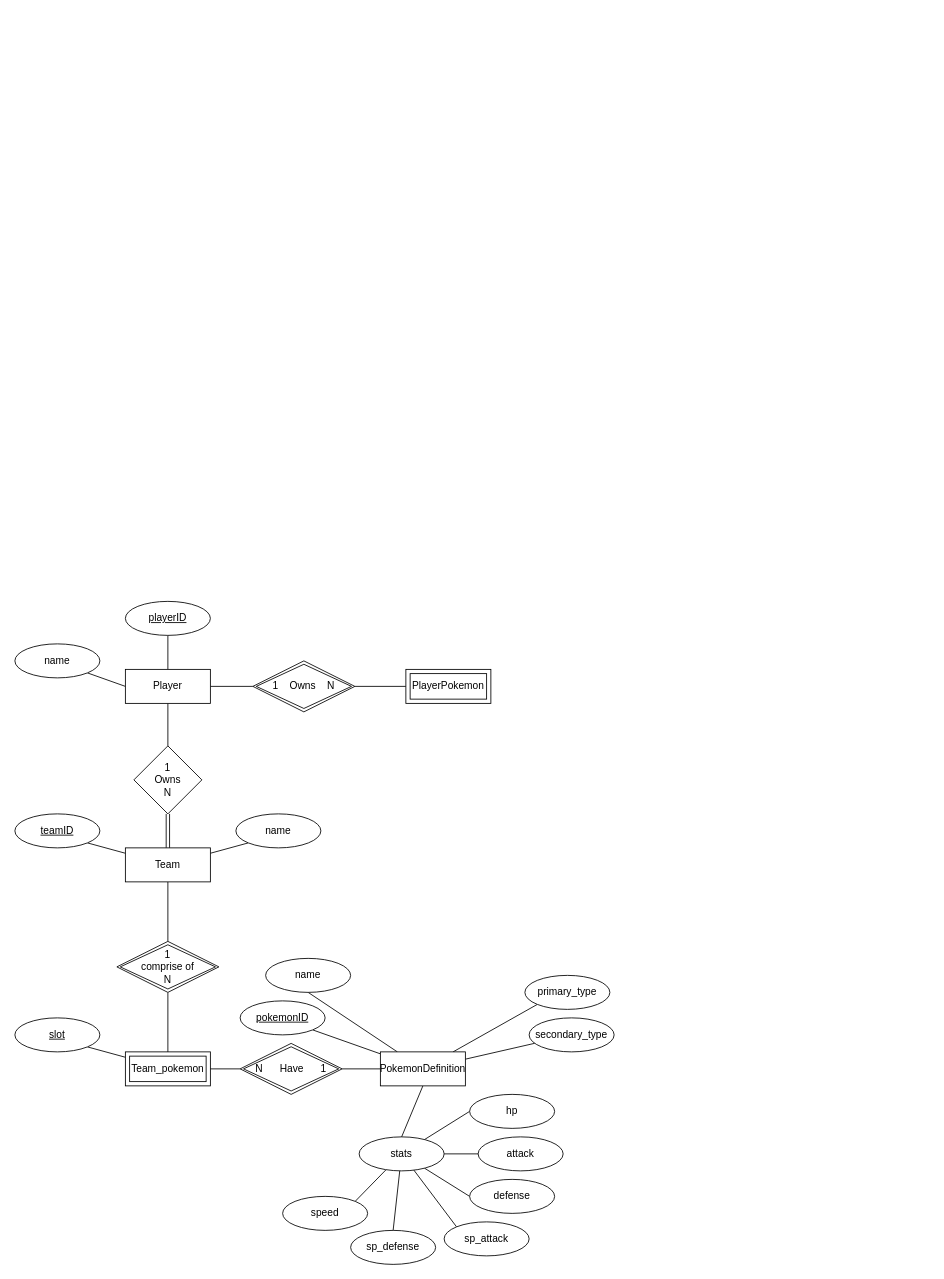
The draw.io diagram planning/database/databaseERD.drawio in Crythemoon/PokemonBoardGame, before the edit. Source tidied: cells renumbered, new cells numbered last; positions are measured from the earlier drawing's top-left corner, leaving out a move shared by most shapes. Both pictures are drawn from the tidied source at 85%, with x=0, y=0 at pixel (14, 601).
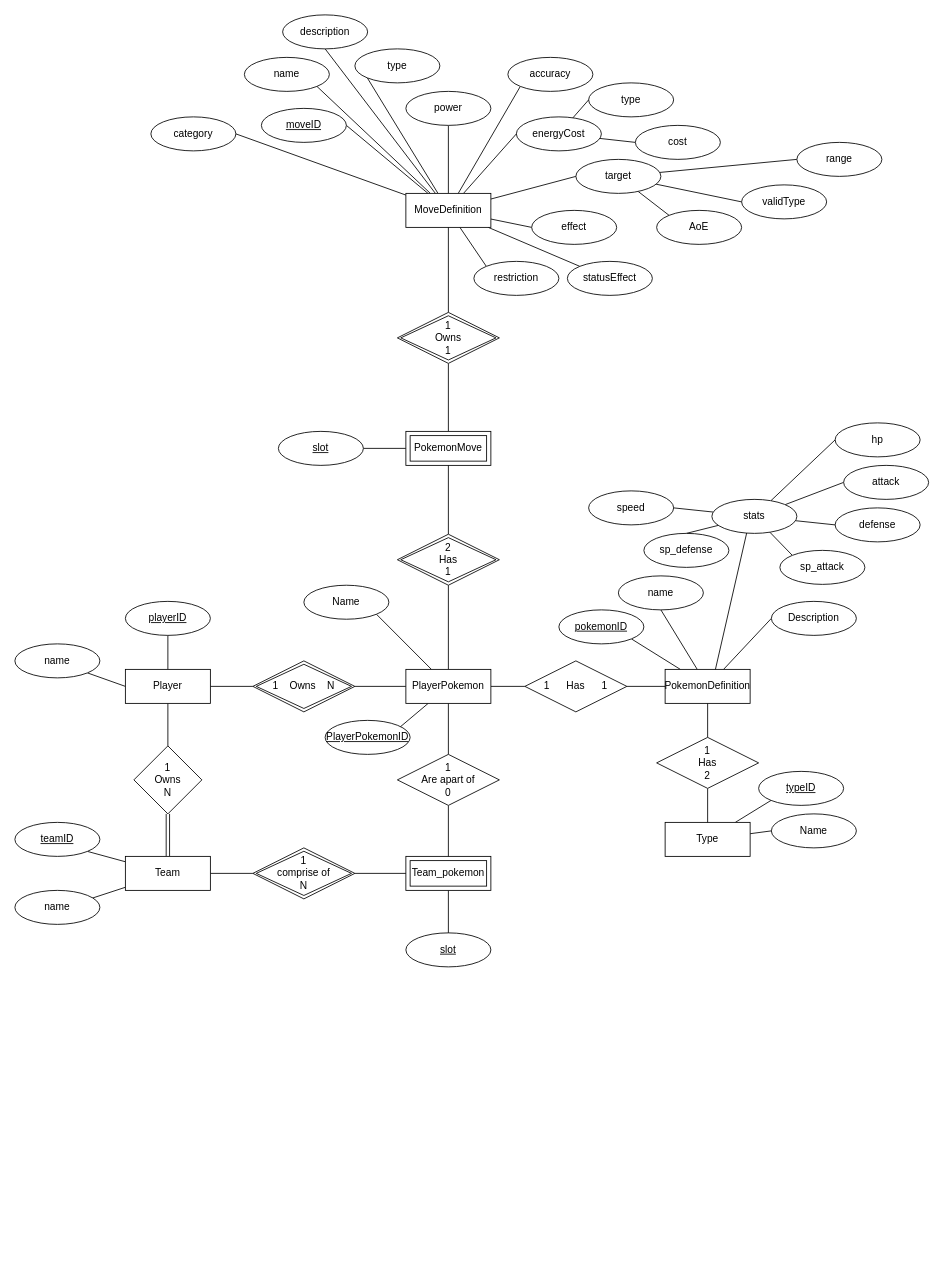
After the change.

The edit, as a diff of the source:
```diff
@@
-    <mxCell id="13" style="edgeStyle=none;html=1;entryX=0.5;entryY=0;entryDx=0;entryDy=0;endArrow=none;endFill=0;" parent="1" edge="1" source="14" target="20">
+    <mxCell id="13" style="edgeStyle=none;html=1;entryX=0;entryY=0.5;entryDx=0;entryDy=0;endArrow=none;endFill=0;" parent="1" edge="1" source="14" target="20">
       <mxGeometry relative="1" as="geometry" />
     </mxCell>
     <mxCell id="14" value="Team" style="whiteSpace=wrap;html=1;align=center;" parent="1" vertex="1">
-      <mxGeometry x="130" y="290" width="100" height="40" as="geometry" />
+      <mxGeometry x="130" y="300" width="100" height="40" as="geometry" />
     </mxCell>
     <mxCell id="15" value="teamID" style="ellipse;whiteSpace=wrap;html=1;align=center;fontStyle=4;" parent="1" vertex="1">
-      <mxGeometry y="250" width="100" height="40" as="geometry" />
+      <mxGeometry y="260" width="100" height="40" as="geometry" />
     </mxCell>
     <mxCell id="16" value="name" style="ellipse;whiteSpace=wrap;html=1;align=center;" parent="1" vertex="1">
-      <mxGeometry x="260" y="250" width="100" height="40" as="geometry" />
+      <mxGeometry y="340" width="100" height="40" as="geometry" />
     </mxCell>
-    <mxCell id="17" style="edgeStyle=none;html=1;entryX=1;entryY=1;entryDx=0;entryDy=0;endArrow=none;endFill=0;" parent="1" edge="1" source="18" target="21">
+    <mxCell id="17" style="edgeStyle=none;html=1;entryX=0.5;entryY=0;entryDx=0;entryDy=0;endArrow=none;endFill=0;" parent="1" edge="1" source="18" target="21">
       <mxGeometry relative="1" as="geometry" />
     </mxCell>
     <mxCell id="18" value="Team_pokemon" style="shape=ext;margin=3;double=1;whiteSpace=wrap;html=1;align=center;" parent="1" vertex="1">
-      <mxGeometry x="130" y="530" width="100" height="40" as="geometry" />
+      <mxGeometry x="460" y="300" width="100" height="40" as="geometry" />
     </mxCell>
-    <mxCell id="19" style="edgeStyle=none;html=1;entryX=0.5;entryY=0;entryDx=0;entryDy=0;endArrow=none;endFill=0;" parent="1" edge="1" source="20" target="18">
+    <mxCell id="19" style="edgeStyle=none;html=1;entryX=0;entryY=0.5;entryDx=0;entryDy=0;endArrow=none;endFill=0;" parent="1" edge="1" source="20" target="18">
       <mxGeometry relative="1" as="geometry" />
     </mxCell>
     <mxCell id="20" value="&lt;div&gt;1&lt;/div&gt;comprise of&lt;div&gt;N&lt;/div&gt;" style="shape=rhombus;double=1;perimeter=rhombusPerimeter;whiteSpace=wrap;html=1;align=center;" parent="1" vertex="1">
-      <mxGeometry x="120" y="400" width="120" height="60" as="geometry" />
+      <mxGeometry x="280" y="290" width="120" height="60" as="geometry" />
     </mxCell>
     <mxCell id="21" value="slot" style="ellipse;whiteSpace=wrap;html=1;align=center;fontStyle=20;" parent="1" vertex="1">
-      <mxGeometry y="490" width="100" height="40" as="geometry" />
+      <mxGeometry x="460" y="390" width="100" height="40" as="geometry" />
     </mxCell>
-    <mxCell id="22" style="edgeStyle=none;html=1;entryX=1;entryY=0.5;entryDx=0;entryDy=0;endArrow=none;endFill=0;" parent="1" edge="1" source="28" target="30">
-      <mxGeometry relative="1" as="geometry" />
-    </mxCell>
@@
-    <mxCell id="25" style="edgeStyle=none;html=1;entryX=0;entryY=1;entryDx=0;entryDy=0;endArrow=none;endFill=0;" parent="1" edge="1" source="28" target="33">
-      <mxGeometry relative="1" as="geometry" />
-    </mxCell>
-    <mxCell id="26" style="edgeStyle=none;html=1;endArrow=none;endFill=0;" parent="1" edge="1" source="28" target="34">
-      <mxGeometry relative="1" as="geometry" />
-    </mxCell>
@@
+    <mxCell id="51" style="edgeStyle=none;html=1;entryX=0;entryY=0.5;entryDx=0;entryDy=0;endArrow=none;endFill=0;" parent="1" edge="1" source="28" target="84">
+      <mxGeometry relative="1" as="geometry" />
+    </mxCell>
+    <mxCell id="52" style="edgeStyle=none;html=1;entryX=0.5;entryY=0;entryDx=0;entryDy=0;endArrow=none;endFill=0;" parent="1" edge="1" source="28" target="114">
+      <mxGeometry relative="1" as="geometry" />
+    </mxCell>
     <mxCell id="28" value="PokemonDefinition" style="whiteSpace=wrap;html=1;align=center;" parent="1" vertex="1">
-      <mxGeometry x="430" y="530" width="100" height="40" as="geometry" />
+      <mxGeometry x="765" y="80" width="100" height="40" as="geometry" />
     </mxCell>
-    <mxCell id="29" style="edgeStyle=none;html=1;entryX=1;entryY=0.5;entryDx=0;entryDy=0;endArrow=none;endFill=0;" parent="1" edge="1" source="30" target="18">
-      <mxGeometry relative="1" as="geometry" />
-    </mxCell>
-    <mxCell id="30" value="N&amp;nbsp; &amp;nbsp; &amp;nbsp; Have&amp;nbsp; &amp;nbsp; &amp;nbsp; 1" style="shape=rhombus;double=1;perimeter=rhombusPerimeter;whiteSpace=wrap;html=1;align=center;" parent="1" vertex="1">
-      <mxGeometry x="265" y="520" width="120" height="60" as="geometry" />
-    </mxCell>
     <mxCell id="31" value="pokemonID" style="ellipse;whiteSpace=wrap;html=1;align=center;fontStyle=4;" parent="1" vertex="1">
-      <mxGeometry x="265" y="470" width="100" height="40" as="geometry" />
+      <mxGeometry x="640" y="10" width="100" height="40" as="geometry" />
     </mxCell>
     <mxCell id="32" value="name" style="ellipse;whiteSpace=wrap;html=1;align=center;" parent="1" vertex="1">
-      <mxGeometry x="295" y="420" width="100" height="40" as="geometry" />
+      <mxGeometry x="710" y="-30" width="100" height="40" as="geometry" />
     </mxCell>
-    <mxCell id="33" value="primary_type" style="ellipse;whiteSpace=wrap;html=1;align=center;" parent="1" vertex="1">
-      <mxGeometry x="600" y="440" width="100" height="40" as="geometry" />
-    </mxCell>
-    <mxCell id="34" value="secondary_type" style="ellipse;whiteSpace=wrap;html=1;align=center;" parent="1" vertex="1">
-      <mxGeometry x="605" y="490" width="100" height="40" as="geometry" />
-    </mxCell>
@@
-    <mxCell id="40" style="edgeStyle=none;html=1;entryX=1;entryY=0;entryDx=0;entryDy=0;endArrow=none;endFill=0;" parent="1" edge="1" source="41" target="47">
+    <mxCell id="40" style="edgeStyle=none;html=1;entryX=1;entryY=0.5;entryDx=0;entryDy=0;endArrow=none;endFill=0;" parent="1" edge="1" source="41" target="47">
       <mxGeometry relative="1" as="geometry" />
     </mxCell>
     <mxCell id="41" value="stats" style="ellipse;whiteSpace=wrap;html=1;align=center;" parent="1" vertex="1">
-      <mxGeometry x="405" y="630" width="100" height="40" as="geometry" />
+      <mxGeometry x="820" y="-120" width="100" height="40" as="geometry" />
     </mxCell>
     <mxCell id="42" value="hp" style="ellipse;whiteSpace=wrap;html=1;align=center;" parent="1" vertex="1">
-      <mxGeometry x="535" y="580" width="100" height="40" as="geometry" />
+      <mxGeometry x="965" y="-210" width="100" height="40" as="geometry" />
     </mxCell>
     <mxCell id="43" value="attack" style="ellipse;whiteSpace=wrap;html=1;align=center;" parent="1" vertex="1">
-      <mxGeometry x="545" y="630" width="100" height="40" as="geometry" />
+      <mxGeometry x="975" y="-160" width="100" height="40" as="geometry" />
     </mxCell>
     <mxCell id="44" value="defense" style="ellipse;whiteSpace=wrap;html=1;align=center;" parent="1" vertex="1">
-      <mxGeometry x="535" y="680" width="100" height="40" as="geometry" />
+      <mxGeometry x="965" y="-110" width="100" height="40" as="geometry" />
     </mxCell>
     <mxCell id="45" value="sp_attack" style="ellipse;whiteSpace=wrap;html=1;align=center;" parent="1" vertex="1">
-      <mxGeometry x="505" y="730" width="100" height="40" as="geometry" />
+      <mxGeometry x="900" y="-60" width="100" height="40" as="geometry" />
     </mxCell>
     <mxCell id="46" value="sp_defense" style="ellipse;whiteSpace=wrap;html=1;align=center;" parent="1" vertex="1">
-      <mxGeometry x="395" y="740" width="100" height="40" as="geometry" />
+      <mxGeometry x="740" y="-80" width="100" height="40" as="geometry" />
     </mxCell>
     <mxCell id="47" value="speed" style="ellipse;whiteSpace=wrap;html=1;align=center;" parent="1" vertex="1">
-      <mxGeometry x="315" y="700" width="100" height="40" as="geometry" />
+      <mxGeometry x="675" y="-130" width="100" height="40" as="geometry" />
     </mxCell>
-    <mxCell id="48" style="edgeStyle=none;html=1;entryX=0;entryY=0.5;entryDx=0;entryDy=0;endArrow=none;endFill=0;exitX=1;exitY=0.5;exitDx=0;exitDy=0;" parent="1" edge="1" source="50" target="49">
-      <mxGeometry relative="1" as="geometry" />
+    <mxCell id="48" style="edgeStyle=none;html=1;entryX=0;entryY=0.5;entryDx=0;entryDy=0;endArrow=none;endFill=0;exitX=1;exitY=0.5;exitDx=0;exitDy=0;" parent="1" edge="1" source="50">
+      <mxGeometry relative="1" as="geometry">
+        <mxPoint x="460" y="100" as="targetPoint" />
+      </mxGeometry>
     </mxCell>
+    <mxCell id="50" value="1&amp;nbsp; &amp;nbsp; Owns&amp;nbsp; &amp;nbsp; N" style="shape=rhombus;double=1;perimeter=rhombusPerimeter;whiteSpace=wrap;html=1;align=center;" parent="1" vertex="1">
+      <mxGeometry x="280" y="70" width="120" height="60" as="geometry" />
+    </mxCell>
+    <mxCell id="53" style="edgeStyle=none;html=1;entryX=0.5;entryY=1;entryDx=0;entryDy=0;" parent="1" edge="1" source="49" target="58">
+      <mxGeometry relative="1" as="geometry" />
+    </mxCell>
+    <mxCell id="54" style="edgeStyle=none;html=1;entryX=0.5;entryY=0;entryDx=0;entryDy=0;endArrow=none;endFill=0;" parent="1" edge="1" source="49" target="60">
+      <mxGeometry relative="1" as="geometry" />
+    </mxCell>
+    <mxCell id="55" style="edgeStyle=none;html=1;entryX=0;entryY=0.5;entryDx=0;entryDy=0;endArrow=none;endFill=0;" parent="1" edge="1" source="49" target="62">
+      <mxGeometry relative="1" as="geometry" />
+    </mxCell>
+    <mxCell id="56" style="edgeStyle=none;html=1;entryX=0.5;entryY=1;entryDx=0;entryDy=0;endArrow=none;endFill=0;" parent="1" edge="1" source="49" target="67">
+      <mxGeometry relative="1" as="geometry" />
+    </mxCell>
+    <mxCell id="57" style="edgeStyle=none;html=1;entryX=1;entryY=1;entryDx=0;entryDy=0;endArrow=none;endFill=0;" parent="1" edge="1" source="49" target="107">
+      <mxGeometry relative="1" as="geometry" />
+    </mxCell>
-    <mxCell id="49" value="PlayerPokemon" style="shape=ext;margin=3;double=1;whiteSpace=wrap;html=1;align=center;" parent="1" vertex="1">
+    <mxCell id="49" value="PlayerPokemon" style="whiteSpace=wrap;html=1;align=center;" parent="1" vertex="1">
       <mxGeometry x="460" y="80" width="100" height="40" as="geometry" />
     </mxCell>
-    <mxCell id="50" value="1&amp;nbsp; &amp;nbsp; Owns&amp;nbsp; &amp;nbsp; N" style="shape=rhombus;double=1;perimeter=rhombusPerimeter;whiteSpace=wrap;html=1;align=center;" parent="1" vertex="1">
-      <mxGeometry x="280" y="70" width="120" height="60" as="geometry" />
-    </mxCell>
+    <mxCell id="58" value="PlayerPokemonID" style="ellipse;whiteSpace=wrap;html=1;align=center;fontStyle=4;" parent="1" vertex="1">
+      <mxGeometry x="365" y="140" width="100" height="40" as="geometry" />
+    </mxCell>
+    <mxCell id="59" style="edgeStyle=none;html=1;entryX=0.5;entryY=0;entryDx=0;entryDy=0;endArrow=none;endFill=0;" parent="1" edge="1" source="60" target="18">
+      <mxGeometry relative="1" as="geometry" />
+    </mxCell>
+    <mxCell id="60" value="&lt;div&gt;1&lt;/div&gt;Are apart of&lt;div&gt;0&lt;/div&gt;" style="shape=rhombus;perimeter=rhombusPerimeter;whiteSpace=wrap;html=1;align=center;" parent="1" vertex="1">
+      <mxGeometry x="450" y="180" width="120" height="60" as="geometry" />
+    </mxCell>
+    <mxCell id="61" style="edgeStyle=none;html=1;entryX=0;entryY=0.5;entryDx=0;entryDy=0;endArrow=none;endFill=0;" parent="1" edge="1" source="62" target="28">
+      <mxGeometry relative="1" as="geometry" />
+    </mxCell>
+    <mxCell id="62" value="1&amp;nbsp; &amp;nbsp; &amp;nbsp; Has&amp;nbsp; &amp;nbsp; &amp;nbsp; 1" style="shape=rhombus;perimeter=rhombusPerimeter;whiteSpace=wrap;html=1;align=center;" parent="1" vertex="1">
+      <mxGeometry x="600" y="70" width="120" height="60" as="geometry" />
+    </mxCell>
+    <mxCell id="63" style="edgeStyle=none;html=1;entryX=1;entryY=0.5;entryDx=0;entryDy=0;endArrow=none;endFill=0;" parent="1" edge="1" source="65" target="68">
+      <mxGeometry relative="1" as="geometry" />
+    </mxCell>
+    <mxCell id="64" style="edgeStyle=none;html=1;entryX=0.5;entryY=1;entryDx=0;entryDy=0;endArrow=none;endFill=0;" parent="1" edge="1" source="65" target="106">
+      <mxGeometry relative="1" as="geometry" />
+    </mxCell>
+    <mxCell id="65" value="PokemonMove" style="shape=ext;margin=3;double=1;whiteSpace=wrap;html=1;align=center;" parent="1" vertex="1">
+      <mxGeometry x="460" y="-200" width="100" height="40" as="geometry" />
+    </mxCell>
+    <mxCell id="66" style="edgeStyle=none;html=1;entryX=0.5;entryY=1;entryDx=0;entryDy=0;endArrow=none;endFill=0;" parent="1" edge="1" source="67" target="65">
+      <mxGeometry relative="1" as="geometry" />
+    </mxCell>
+    <mxCell id="67" value="&lt;div&gt;2&lt;/div&gt;Has&lt;div&gt;1&lt;/div&gt;" style="shape=rhombus;double=1;perimeter=rhombusPerimeter;whiteSpace=wrap;html=1;align=center;" parent="1" vertex="1">
+      <mxGeometry x="450" y="-79" width="120" height="60" as="geometry" />
+    </mxCell>
+    <mxCell id="68" value="slot" style="ellipse;whiteSpace=wrap;html=1;align=center;fontStyle=20;" parent="1" vertex="1">
+      <mxGeometry x="310" y="-200" width="100" height="40" as="geometry" />
+    </mxCell>
+    <mxCell id="69" style="edgeStyle=none;html=1;entryX=0.5;entryY=1;entryDx=0;entryDy=0;endArrow=none;endFill=0;" parent="1" edge="1" source="81" target="85">
+      <mxGeometry relative="1" as="geometry" />
+    </mxCell>
+    <mxCell id="70" style="edgeStyle=none;html=1;entryX=1;entryY=1;entryDx=0;entryDy=0;endArrow=none;endFill=0;" parent="1" edge="1" source="81" target="83">
+      <mxGeometry relative="1" as="geometry" />
+    </mxCell>
+    <mxCell id="71" style="edgeStyle=none;html=1;entryX=1;entryY=0.5;entryDx=0;entryDy=0;endArrow=none;endFill=0;" parent="1" edge="1" source="81" target="82">
+      <mxGeometry relative="1" as="geometry" />
+    </mxCell>
+    <mxCell id="72" style="edgeStyle=none;html=1;entryX=1;entryY=0.5;entryDx=0;entryDy=0;endArrow=none;endFill=0;" parent="1" edge="1" source="81" target="87">
+      <mxGeometry relative="1" as="geometry" />
+    </mxCell>
+    <mxCell id="73" style="edgeStyle=none;html=1;entryX=0;entryY=1;entryDx=0;entryDy=0;endArrow=none;endFill=0;" parent="1" edge="1" source="81" target="86">
+      <mxGeometry relative="1" as="geometry" />
+    </mxCell>
+    <mxCell id="74" style="edgeStyle=none;html=1;entryX=0.5;entryY=1;entryDx=0;entryDy=0;endArrow=none;endFill=0;" parent="1" edge="1" source="81" target="88">
+      <mxGeometry relative="1" as="geometry" />
+    </mxCell>
+    <mxCell id="75" style="edgeStyle=none;html=1;entryX=0;entryY=1;entryDx=0;entryDy=0;endArrow=none;endFill=0;" parent="1" edge="1" source="81" target="89">
+      <mxGeometry relative="1" as="geometry" />
+    </mxCell>
+    <mxCell id="76" style="edgeStyle=none;html=1;entryX=0;entryY=0.5;entryDx=0;entryDy=0;endArrow=none;endFill=0;" parent="1" edge="1" source="81" target="91">
+      <mxGeometry relative="1" as="geometry" />
+    </mxCell>
+    <mxCell id="77" style="edgeStyle=none;html=1;entryX=0;entryY=0.5;entryDx=0;entryDy=0;endArrow=none;endFill=0;" parent="1" edge="1" source="81" target="98">
+      <mxGeometry relative="1" as="geometry" />
+    </mxCell>
+    <mxCell id="78" style="edgeStyle=none;html=1;entryX=0;entryY=0.5;entryDx=0;entryDy=0;endArrow=none;endFill=0;" parent="1" edge="1" source="81" target="102">
+      <mxGeometry relative="1" as="geometry" />
+    </mxCell>
+    <mxCell id="79" style="edgeStyle=none;html=1;entryX=0;entryY=0;entryDx=0;entryDy=0;endArrow=none;endFill=0;" parent="1" edge="1" source="81" target="104">
+      <mxGeometry relative="1" as="geometry" />
+    </mxCell>
+    <mxCell id="80" style="edgeStyle=none;html=1;entryX=0;entryY=0;entryDx=0;entryDy=0;endArrow=none;endFill=0;" parent="1" edge="1" source="81" target="103">
+      <mxGeometry relative="1" as="geometry" />
+    </mxCell>
+    <mxCell id="81" value="MoveDefinition" style="whiteSpace=wrap;html=1;align=center;" parent="1" vertex="1">
+      <mxGeometry x="460" y="-480" width="100" height="40" as="geometry" />
+    </mxCell>
+    <mxCell id="82" value="moveID" style="ellipse;whiteSpace=wrap;html=1;align=center;fontStyle=4;" parent="1" vertex="1">
+      <mxGeometry x="290" y="-580" width="100" height="40" as="geometry" />
+    </mxCell>
+    <mxCell id="83" value="name" style="ellipse;whiteSpace=wrap;html=1;align=center;" parent="1" vertex="1">
+      <mxGeometry x="270" y="-640" width="100" height="40" as="geometry" />
+    </mxCell>
+    <mxCell id="84" value="Description" style="ellipse;whiteSpace=wrap;html=1;align=center;" parent="1" vertex="1">
+      <mxGeometry x="890" width="100" height="40" as="geometry" />
+    </mxCell>
+    <mxCell id="85" value="description" style="ellipse;whiteSpace=wrap;html=1;align=center;" parent="1" vertex="1">
+      <mxGeometry x="315" y="-690" width="100" height="40" as="geometry" />
+    </mxCell>
+    <mxCell id="86" value="type" style="ellipse;whiteSpace=wrap;html=1;align=center;" parent="1" vertex="1">
+      <mxGeometry x="400" y="-650" width="100" height="40" as="geometry" />
+    </mxCell>
+    <mxCell id="87" value="category" style="ellipse;whiteSpace=wrap;html=1;align=center;" parent="1" vertex="1">
+      <mxGeometry x="160" y="-570" width="100" height="40" as="geometry" />
+    </mxCell>
+    <mxCell id="88" value="power" style="ellipse;whiteSpace=wrap;html=1;align=center;" parent="1" vertex="1">
+      <mxGeometry x="460" y="-600" width="100" height="40" as="geometry" />
+    </mxCell>
+    <mxCell id="89" value="accuracy" style="ellipse;whiteSpace=wrap;html=1;align=center;" parent="1" vertex="1">
+      <mxGeometry x="580" y="-640" width="100" height="40" as="geometry" />
+    </mxCell>
+    <mxCell id="90" style="edgeStyle=none;html=1;entryX=0;entryY=0.5;entryDx=0;entryDy=0;endArrow=none;endFill=0;" parent="1" edge="1" source="91" target="93">
+      <mxGeometry relative="1" as="geometry" />
+    </mxCell>
+    <mxCell id="91" value="energyCost" style="ellipse;whiteSpace=wrap;html=1;align=center;" parent="1" vertex="1">
+      <mxGeometry x="590" y="-570" width="100" height="40" as="geometry" />
+    </mxCell>
+    <mxCell id="92" value="type" style="ellipse;whiteSpace=wrap;html=1;align=center;" parent="1" vertex="1">
+      <mxGeometry x="675" y="-610" width="100" height="40" as="geometry" />
+    </mxCell>
+    <mxCell id="93" value="cost" style="ellipse;whiteSpace=wrap;html=1;align=center;" parent="1" vertex="1">
+      <mxGeometry x="730" y="-560" width="100" height="40" as="geometry" />
+    </mxCell>
+    <mxCell id="94" style="edgeStyle=none;html=1;entryX=0;entryY=0.5;entryDx=0;entryDy=0;endArrow=none;endFill=0;" parent="1" edge="1" source="91" target="92">
+      <mxGeometry relative="1" as="geometry" />
+    </mxCell>
+    <mxCell id="95" style="edgeStyle=none;html=1;entryX=0;entryY=0.5;entryDx=0;entryDy=0;endArrow=none;endFill=0;" parent="1" edge="1" source="98" target="99">
+      <mxGeometry relative="1" as="geometry" />
+    </mxCell>
+    <mxCell id="96" style="edgeStyle=none;html=1;entryX=0;entryY=0.5;entryDx=0;entryDy=0;endArrow=none;endFill=0;" parent="1" edge="1" source="98" target="100">
+      <mxGeometry relative="1" as="geometry" />
+    </mxCell>
+    <mxCell id="97" style="edgeStyle=none;html=1;entryX=0;entryY=0;entryDx=0;entryDy=0;endArrow=none;endFill=0;" parent="1" edge="1" source="98" target="101">
+      <mxGeometry relative="1" as="geometry" />
+    </mxCell>
+    <mxCell id="98" value="target" style="ellipse;whiteSpace=wrap;html=1;align=center;" parent="1" vertex="1">
+      <mxGeometry x="660" y="-520" width="100" height="40" as="geometry" />
+    </mxCell>
+    <mxCell id="99" value="range" style="ellipse;whiteSpace=wrap;html=1;align=center;" parent="1" vertex="1">
+      <mxGeometry x="920" y="-540" width="100" height="40" as="geometry" />
+    </mxCell>
+    <mxCell id="100" value="validType" style="ellipse;whiteSpace=wrap;html=1;align=center;" parent="1" vertex="1">
+      <mxGeometry x="855" y="-490" width="100" height="40" as="geometry" />
+    </mxCell>
+    <mxCell id="101" value="AoE" style="ellipse;whiteSpace=wrap;html=1;align=center;" parent="1" vertex="1">
+      <mxGeometry x="755" y="-460" width="100" height="40" as="geometry" />
+    </mxCell>
+    <mxCell id="102" value="effect" style="ellipse;whiteSpace=wrap;html=1;align=center;" parent="1" vertex="1">
+      <mxGeometry x="608" y="-460" width="100" height="40" as="geometry" />
+    </mxCell>
+    <mxCell id="103" value="statusEffect" style="ellipse;whiteSpace=wrap;html=1;align=center;" parent="1" vertex="1">
+      <mxGeometry x="650" y="-400" width="100" height="40" as="geometry" />
+    </mxCell>
+    <mxCell id="104" value="restriction" style="ellipse;whiteSpace=wrap;html=1;align=center;" parent="1" vertex="1">
+      <mxGeometry x="540" y="-400" width="100" height="40" as="geometry" />
+    </mxCell>
+    <mxCell id="105" style="edgeStyle=none;html=1;entryX=0.5;entryY=1;entryDx=0;entryDy=0;endArrow=none;endFill=0;" parent="1" edge="1" source="106" target="81">
+      <mxGeometry relative="1" as="geometry" />
+    </mxCell>
+    <mxCell id="106" value="&lt;div&gt;1&lt;/div&gt;Owns&lt;div&gt;1&lt;/div&gt;" style="shape=rhombus;double=1;perimeter=rhombusPerimeter;whiteSpace=wrap;html=1;align=center;" parent="1" vertex="1">
+      <mxGeometry x="450" y="-340" width="120" height="60" as="geometry" />
+    </mxCell>
+    <mxCell id="107" value="Name" style="ellipse;whiteSpace=wrap;html=1;align=center;" parent="1" vertex="1">
+      <mxGeometry x="340" y="-19" width="100" height="40" as="geometry" />
+    </mxCell>
+    <mxCell id="108" style="edgeStyle=none;html=1;entryX=0;entryY=1;entryDx=0;entryDy=0;endArrow=none;endFill=0;" parent="1" edge="1" source="110" target="111">
+      <mxGeometry relative="1" as="geometry" />
+    </mxCell>
+    <mxCell id="109" style="edgeStyle=none;html=1;entryX=0;entryY=0.5;entryDx=0;entryDy=0;endArrow=none;endFill=0;" parent="1" edge="1" source="110" target="112">
+      <mxGeometry relative="1" as="geometry" />
+    </mxCell>
+    <mxCell id="110" value="Type" style="whiteSpace=wrap;html=1;align=center;" parent="1" vertex="1">
+      <mxGeometry x="765" y="260" width="100" height="40" as="geometry" />
+    </mxCell>
+    <mxCell id="111" value="typeID" style="ellipse;whiteSpace=wrap;html=1;align=center;fontStyle=4;" parent="1" vertex="1">
+      <mxGeometry x="875" y="200" width="100" height="40" as="geometry" />
+    </mxCell>
+    <mxCell id="112" value="Name" style="ellipse;whiteSpace=wrap;html=1;align=center;" parent="1" vertex="1">
+      <mxGeometry x="890" y="250" width="100" height="40" as="geometry" />
+    </mxCell>
+    <mxCell id="113" style="edgeStyle=none;html=1;endArrow=none;endFill=0;" parent="1" edge="1" source="114" target="110">
+      <mxGeometry relative="1" as="geometry" />
+    </mxCell>
+    <mxCell id="114" value="&lt;div&gt;1&lt;/div&gt;Has&lt;div&gt;2&lt;/div&gt;" style="shape=rhombus;perimeter=rhombusPerimeter;whiteSpace=wrap;html=1;align=center;" parent="1" vertex="1">
+      <mxGeometry x="755" y="160" width="120" height="60" as="geometry" />
+    </mxCell>
```
